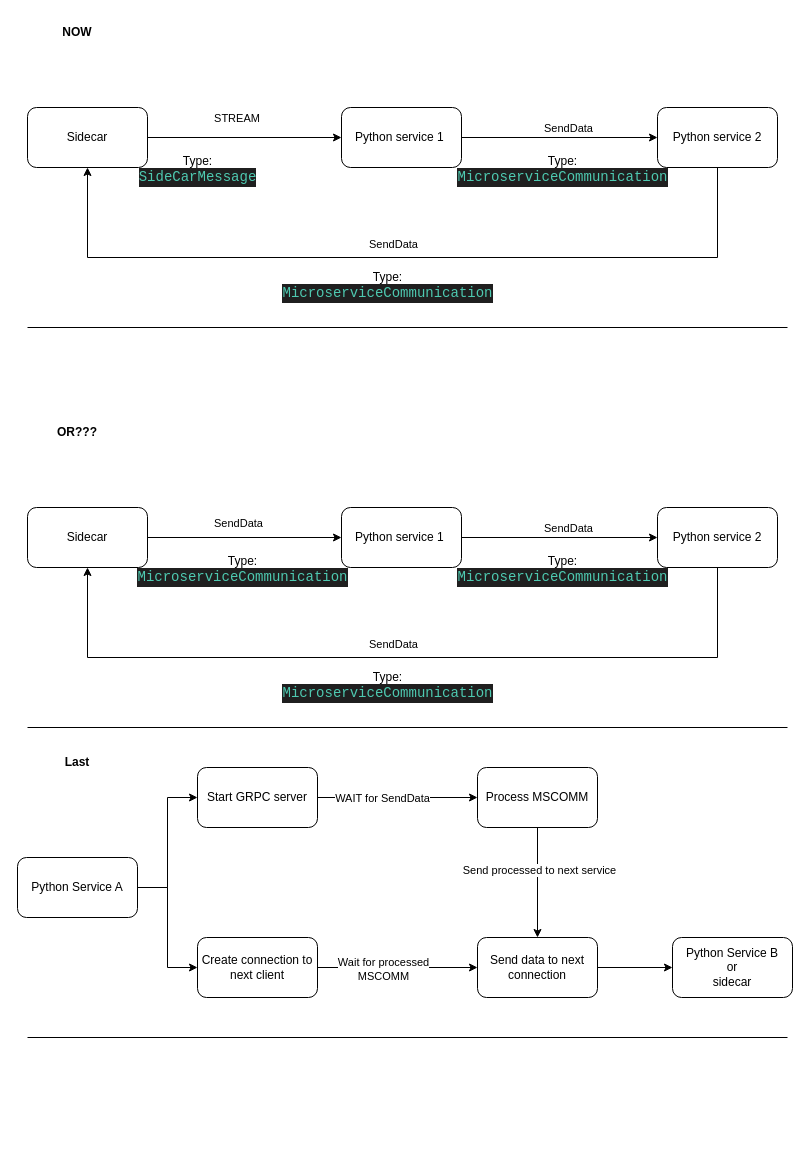
Above: docs/drawio/python-mscomm-flowdrawio.drawio in Jorrit05/DYNAMOS (draw.io), before the change. Source tidied: cells renumbered, new cells numbered last; positions are measured from the earlier drawing's top-left corner, leaving out a move shared by most shapes. Both pictures are drawn from the tidied source at 100%, with x=0, y=0 at pixel (17, 17).
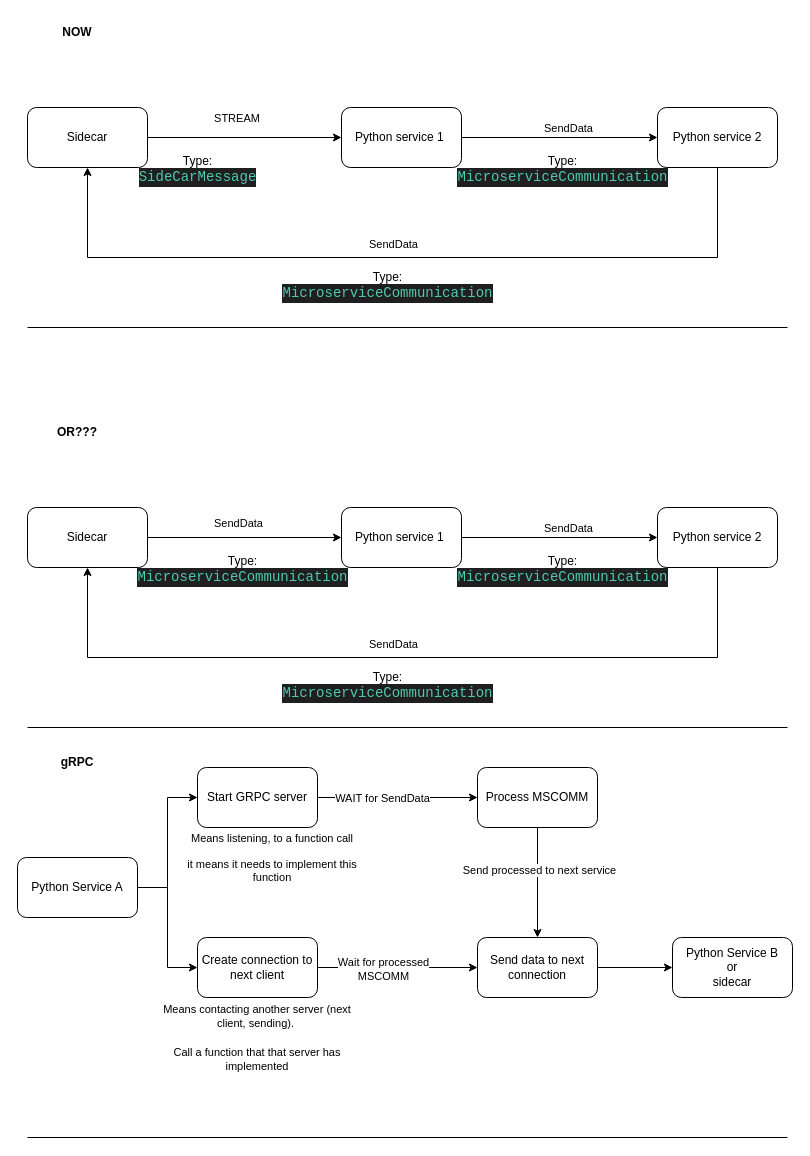
The same page after the edit.

Diff of the diagram source:
```diff
@@
-    <mxCell id="33" value="&lt;b&gt;Last&lt;/b&gt;" style="text;html=1;align=center;verticalAlign=middle;whiteSpace=wrap;rounded=0;" parent="1" vertex="1">
+    <mxCell id="33" value="&lt;b&gt;gRPC&lt;/b&gt;" style="text;html=1;align=center;verticalAlign=middle;whiteSpace=wrap;rounded=0;" parent="1" vertex="1">
       <mxGeometry x="30" y="730" width="60" height="30" as="geometry" />
     </mxCell>
     <mxCell id="34" style="endArrow=none;html=1;rounded=0;" parent="1" edge="1">
       <mxGeometry relative="1" as="geometry">
-        <mxPoint x="10" y="1020" as="sourcePoint" />
-        <mxPoint x="770" y="1020" as="targetPoint" />
+        <mxPoint x="10" y="1120" as="sourcePoint" />
+        <mxPoint x="770" y="1120" as="targetPoint" />
       </mxGeometry>
     </mxCell>
@@
+    <mxCell id="47" value="&lt;font style=&quot;font-size: 11px;&quot;&gt;Means listening, to a function call&lt;/font&gt;&lt;div style=&quot;font-size: 11px;&quot;&gt;&lt;font style=&quot;font-size: 11px;&quot;&gt;&lt;br&gt;&lt;/font&gt;&lt;/div&gt;&lt;div style=&quot;font-size: 11px;&quot;&gt;&lt;font style=&quot;font-size: 11px;&quot;&gt;it means it needs to implement this function&lt;/font&gt;&lt;/div&gt;" style="text;html=1;align=center;verticalAlign=middle;whiteSpace=wrap;rounded=0;" parent="1" vertex="1">
+      <mxGeometry x="160" y="820" width="190" height="40" as="geometry" />
+    </mxCell>
+    <mxCell id="48" value="&lt;span style=&quot;font-size: 11px;&quot;&gt;Means contacting another server (next client, sending).&amp;nbsp;&lt;br&gt;&lt;br&gt;Call a function that that server has implemented&lt;/span&gt;" style="text;html=1;align=center;verticalAlign=middle;whiteSpace=wrap;rounded=0;" parent="1" vertex="1">
+      <mxGeometry x="145" y="1000" width="190" height="40" as="geometry" />
+    </mxCell>
```
